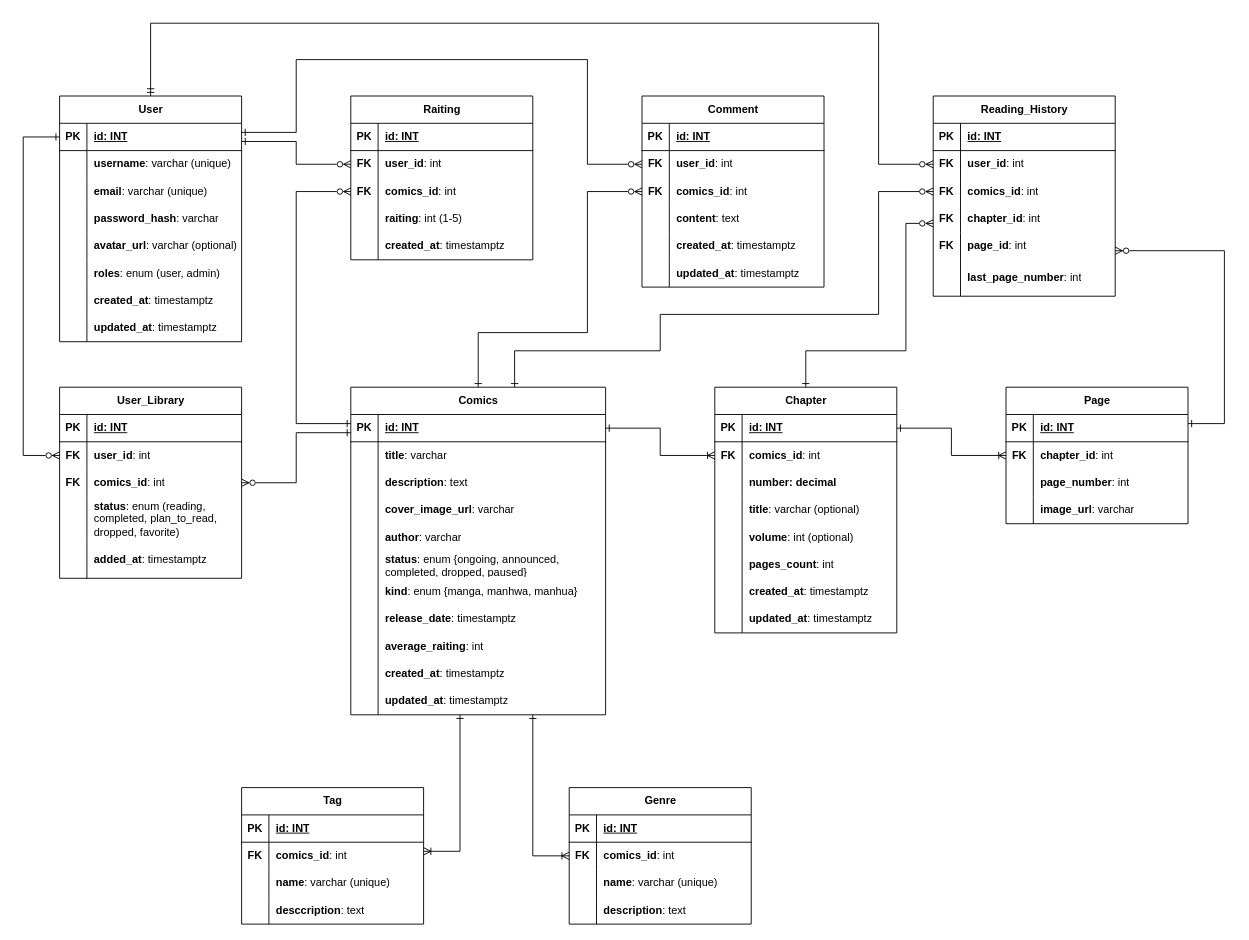
TeleManga/docs keeps this draw.io diagram as docs/assets/diagrams/ERD/ERD.drawio. Above is the earlier version. Source tidied: cells renumbered, new cells numbered last; positions are measured from the earlier drawing's top-left corner, leaving out a move shared by most shapes. Both pictures are drawn from the tidied source at 91%, with x=0, y=0 at pixel (23, 23).
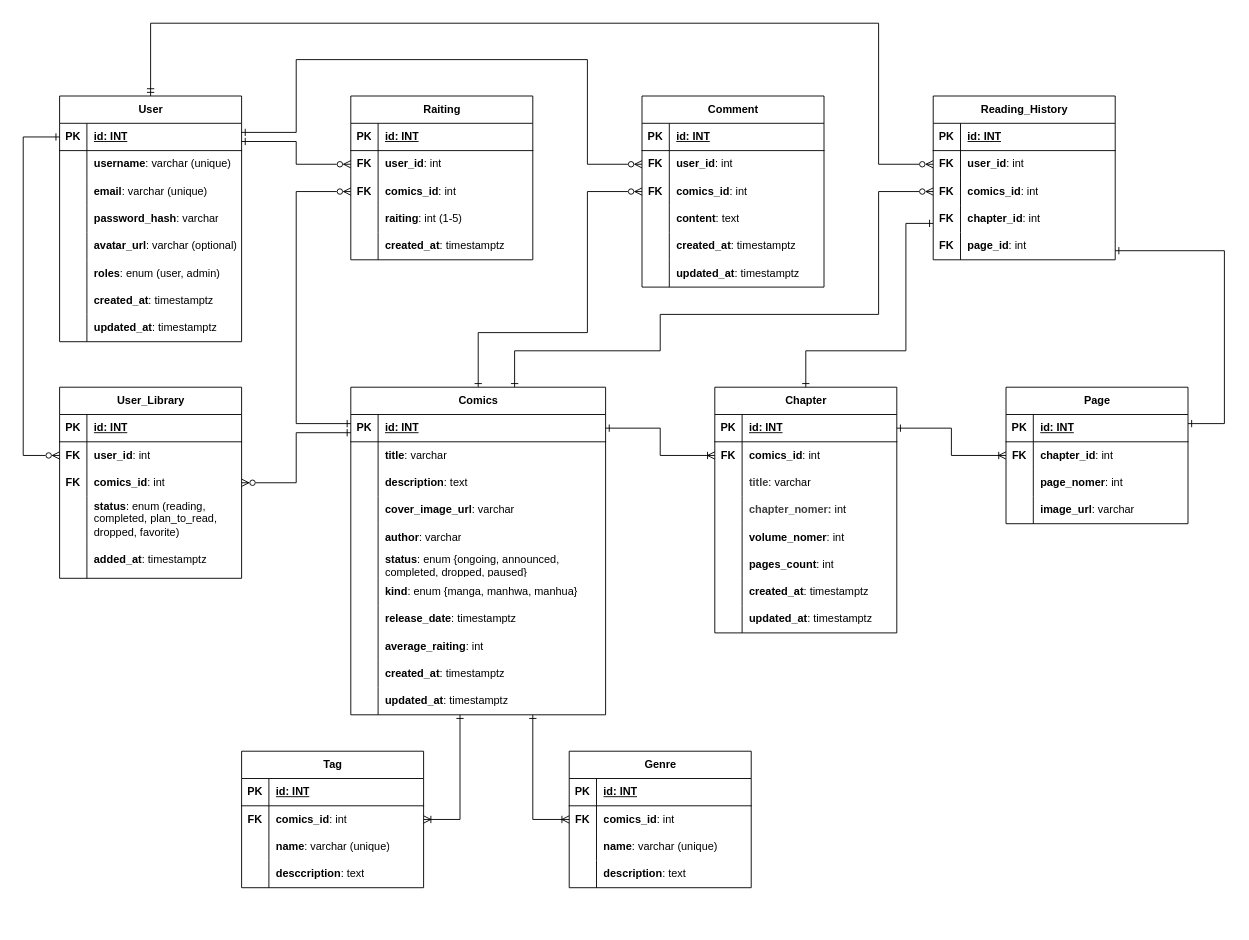
The same page after the edit.

Commit message (it also covers changes not shown here):
fix/6/refactor-erd-sinhronize-description

The change refers to these unchanged cells:
```xml
<mxCell id="6" value="Comics" style="shape=table;startSize=30;childLayout=tableLayout;rowLines=0;fontStyle=1;align=center;html=1;" parent="1" vertex="1">
  <mxGeometry x="360" y="400" width="280" height="360" as="geometry" />
</mxCell>
<mxCell id="66" value="Chapter" style="shape=table;startSize=30;childLayout=tableLayout;rowLines=0;fontStyle=1;align=center;html=1;" parent="1" vertex="1">
  <mxGeometry x="760" y="400" width="200" height="270" as="geometry" />
</mxCell>
<mxCell id="73" style="shape=tableRow;horizontal=0;startSize=0;swimlaneHead=0;swimlaneBody=0;fillColor=none;top=0;left=0;right=0;bottom=0;" parent="66" vertex="1">
  <mxGeometry y="90" width="200" height="30" as="geometry" />
</mxCell>
<mxCell id="76" style="shape=tableRow;horizontal=0;startSize=0;swimlaneHead=0;swimlaneBody=0;fillColor=none;top=0;left=0;right=0;bottom=0;" parent="66" vertex="1">
  <mxGeometry y="120" width="200" height="30" as="geometry" />
</mxCell>
<mxCell id="79" style="shape=tableRow;horizontal=0;startSize=0;swimlaneHead=0;swimlaneBody=0;fillColor=none;top=0;left=0;right=0;bottom=0;" parent="66" vertex="1">
  <mxGeometry y="150" width="200" height="30" as="geometry" />
</mxCell>
<mxCell id="118" value="Page" style="shape=table;startSize=30;childLayout=tableLayout;rowLines=0;fontStyle=1;align=center;html=1;" parent="1" vertex="1">
  <mxGeometry x="1080" y="400" width="200" height="150" as="geometry" />
</mxCell>
<mxCell id="125" style="shape=tableRow;horizontal=0;startSize=0;swimlaneHead=0;swimlaneBody=0;fillColor=none;top=0;left=0;right=0;bottom=0;" parent="118" vertex="1">
  <mxGeometry y="90" width="200" height="30" as="geometry" />
</mxCell>
```

Change to the diagram source:
```diff
@@
     <mxCell id="4" style="edgeStyle=orthogonalEdgeStyle;html=1;startArrow=ERone;startFill=0;endArrow=ERoneToMany;endFill=0;rounded=0;curved=0;" parent="1" edge="1" source="6" target="40">
       <mxGeometry relative="1" as="geometry">
         <Array as="points">
-          <mxPoint x="560" y="915" />
+          <mxPoint x="560" y="875" />
         </Array>
       </mxGeometry>
     </mxCell>
     <mxCell id="5" style="edgeStyle=orthogonalEdgeStyle;html=1;rounded=0;curved=0;startArrow=ERone;startFill=0;endArrow=ERoneToMany;endFill=0;" parent="1" edge="1" source="6" target="53">
       <mxGeometry relative="1" as="geometry">
         <Array as="points">
-          <mxPoint x="480" y="910" />
+          <mxPoint x="480" y="875" />
         </Array>
       </mxGeometry>
     </mxCell>
@@
     <mxCell id="40" value="Genre" style="shape=table;startSize=30;childLayout=tableLayout;rowLines=0;fontStyle=1;align=center;html=1;" parent="1" vertex="1">
-      <mxGeometry x="600" y="840" width="200" height="150" as="geometry" />
+      <mxGeometry x="600" y="800" width="200" height="150" as="geometry" />
     </mxCell>
@@
     <mxCell id="53" value="Tag" style="shape=table;startSize=30;childLayout=tableLayout;rowLines=0;fontStyle=1;align=center;html=1;" parent="1" vertex="1">
-      <mxGeometry x="240" y="840" width="200" height="150" as="geometry" />
+      <mxGeometry x="240" y="800" width="200" height="150" as="geometry" />
     </mxCell>
@@
-    <mxCell id="75" value="&lt;b&gt;number: decimal&lt;/b&gt;" style="shape=partialRectangle;fillColor=none;top=0;left=0;bottom=0;right=0;align=left;spacingLeft=6;overflow=hidden;whiteSpace=wrap;html=1;" parent="73" vertex="1">
+    <mxCell id="75" value="&lt;b style=&quot;color: rgb(63, 63, 63); scrollbar-color: rgb(226, 226, 226) rgb(251, 251, 251);&quot;&gt;title&lt;/b&gt;&lt;span style=&quot;color: rgb(0, 0, 0);&quot;&gt;: varchar&lt;/span&gt;&lt;b&gt;&lt;br&gt;&lt;/b&gt;" style="shape=partialRectangle;fillColor=none;top=0;left=0;bottom=0;right=0;align=left;spacingLeft=6;overflow=hidden;whiteSpace=wrap;html=1;" parent="73" vertex="1">
       <mxGeometry x="30" width="170" height="30" as="geometry" />
     </mxCell>
@@
-    <mxCell id="78" value="&lt;b&gt;title&lt;/b&gt;: varchar (optional)" style="shape=partialRectangle;fillColor=none;top=0;left=0;bottom=0;right=0;align=left;spacingLeft=6;overflow=hidden;whiteSpace=wrap;html=1;" parent="76" vertex="1">
+    <mxCell id="78" value="&lt;b style=&quot;color: rgb(63, 63, 63); scrollbar-color: rgb(226, 226, 226) rgb(251, 251, 251);&quot;&gt;chapter_nomer:&amp;nbsp;&lt;/b&gt;&lt;span style=&quot;color: rgb(0, 0, 0);&quot;&gt;int&lt;/span&gt;" style="shape=partialRectangle;fillColor=none;top=0;left=0;bottom=0;right=0;align=left;spacingLeft=6;overflow=hidden;whiteSpace=wrap;html=1;" parent="76" vertex="1">
       <mxGeometry x="30" width="170" height="30" as="geometry" />
     </mxCell>
@@
-    <mxCell id="81" value="&lt;b&gt;volume&lt;/b&gt;: int (optional)" style="shape=partialRectangle;fillColor=none;top=0;left=0;bottom=0;right=0;align=left;spacingLeft=6;overflow=hidden;whiteSpace=wrap;html=1;" parent="79" vertex="1">
+    <mxCell id="81" value="&lt;b&gt;volume_nomer&lt;/b&gt;: int" style="shape=partialRectangle;fillColor=none;top=0;left=0;bottom=0;right=0;align=left;spacingLeft=6;overflow=hidden;whiteSpace=wrap;html=1;" parent="79" vertex="1">
       <mxGeometry x="30" width="170" height="30" as="geometry" />
     </mxCell>
@@
-    <mxCell id="127" value="&lt;b&gt;page_number&lt;/b&gt;: int" style="shape=partialRectangle;fillColor=none;top=0;left=0;bottom=0;right=0;align=left;spacingLeft=6;overflow=hidden;whiteSpace=wrap;html=1;" parent="125" vertex="1">
+    <mxCell id="127" value="&lt;b&gt;page_nomer&lt;/b&gt;: int" style="shape=partialRectangle;fillColor=none;top=0;left=0;bottom=0;right=0;align=left;spacingLeft=6;overflow=hidden;whiteSpace=wrap;html=1;" parent="125" vertex="1">
       <mxGeometry x="30" width="170" height="30" as="geometry" />
     </mxCell>
@@
-    <mxCell id="166" style="edgeStyle=orthogonalEdgeStyle;html=1;rounded=0;curved=0;startArrow=ERzeroToMany;startFill=0;endArrow=ERone;endFill=0;" parent="1" edge="1" source="168" target="66">
+    <mxCell id="166" style="edgeStyle=orthogonalEdgeStyle;html=1;rounded=0;curved=0;startArrow=ERone;startFill=0;endArrow=ERone;endFill=0;" parent="1" edge="1" source="168" target="66">
       <mxGeometry relative="1" as="geometry">
         <Array as="points">
           <mxPoint x="970" y="220" />
           <mxPoint x="970" y="360" />
           <mxPoint x="860" y="360" />
         </Array>
       </mxGeometry>
     </mxCell>
-    <mxCell id="167" style="edgeStyle=orthogonalEdgeStyle;html=1;rounded=0;curved=0;startArrow=ERzeroToMany;startFill=0;endArrow=ERone;endFill=0;" parent="1" edge="1" source="168" target="118">
+    <mxCell id="167" style="edgeStyle=orthogonalEdgeStyle;html=1;rounded=0;curved=0;startArrow=ERone;startFill=0;endArrow=ERone;endFill=0;" parent="1" edge="1" source="168" target="118">
       <mxGeometry relative="1" as="geometry">
         <Array as="points">
           <mxPoint x="1320" y="250" />
           <mxPoint x="1320" y="440" />
         </Array>
       </mxGeometry>
     </mxCell>
     <mxCell id="168" value="Reading_History" style="shape=table;startSize=30;childLayout=tableLayout;rowLines=0;fontStyle=1;align=center;html=1;" parent="1" vertex="1">
-      <mxGeometry x="1000" y="80" width="200" height="220" as="geometry" />
+      <mxGeometry x="1000" y="80" width="200" height="180" as="geometry" />
     </mxCell>
@@
-    <mxCell id="184" style="shape=tableRow;horizontal=0;startSize=0;swimlaneHead=0;swimlaneBody=0;fillColor=none;top=0;left=0;right=0;bottom=0;" parent="168" vertex="1">
-      <mxGeometry y="180" width="200" height="40" as="geometry" />
-    </mxCell>
-    <mxCell id="185" style="shape=partialRectangle;fillColor=none;top=0;left=0;bottom=0;right=0;overflow=hidden;whiteSpace=wrap;html=1;" parent="184" vertex="1">
-      <mxGeometry width="30" height="40" as="geometry" />
-    </mxCell>
-    <mxCell id="186" value="&lt;b&gt;last_page_number&lt;/b&gt;: int" style="shape=partialRectangle;fillColor=none;top=0;left=0;bottom=0;right=0;align=left;spacingLeft=6;overflow=hidden;whiteSpace=wrap;html=1;" parent="184" vertex="1">
-      <mxGeometry x="30" width="170" height="40" as="geometry" />
-    </mxCell>
```
